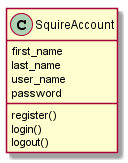
Above: hw3/useraccount.png in voxelv/sQuire_kw (PlantUML), before the change. Source of this version:
```plantuml
@startuml

class "SquireAccount" as ua {
first_name
last_name
user_name
password
register()
login()
logout()
}


@enduml
```
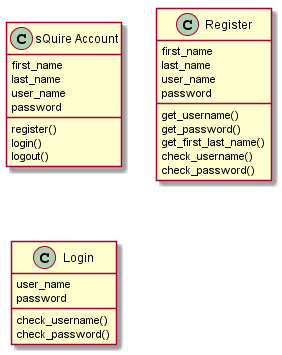
Above is the later version.

Commit message:
added user account reference to project

What changed in the source:
```diff
@@ -1,6 +1,6 @@
 @startuml
 
-class "SquireAccount" as ua {
+class "sQuire Account" as ua {
 first_name
 last_name
 user_name
@@ -11,4 +11,34 @@
 }
 
 
+
+class "Register" as re {
+first_name
+last_name
+user_name
+password
+
+get_username()
+get_password()
+get_first_last_name()
+check_username()
+check_password()
+}
+
+class "Login" as lo {
+user_name
+password
+
+check_username()
+check_password()
+}
+
+
+
+
+
+
+
+
+
 @enduml
```
